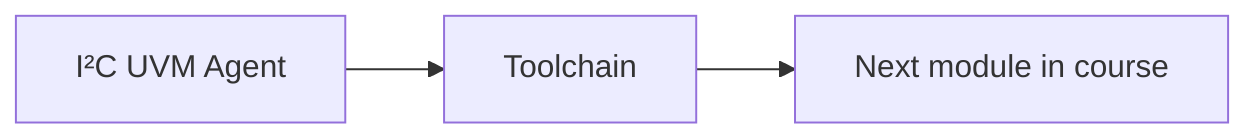
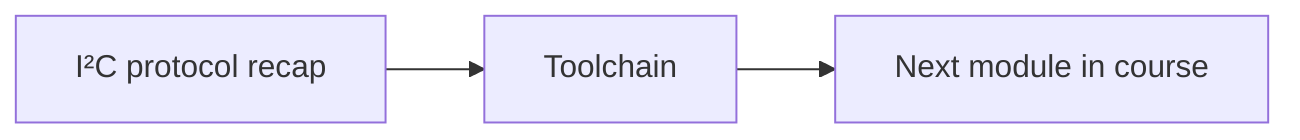
flowchart LR
-   T1["I²C UVM Agent"]
+   T1["I²C protocol recap"]
  T2["Toolchain"]
  T1 --> T2
  T2 --> N["Next module in course"]
